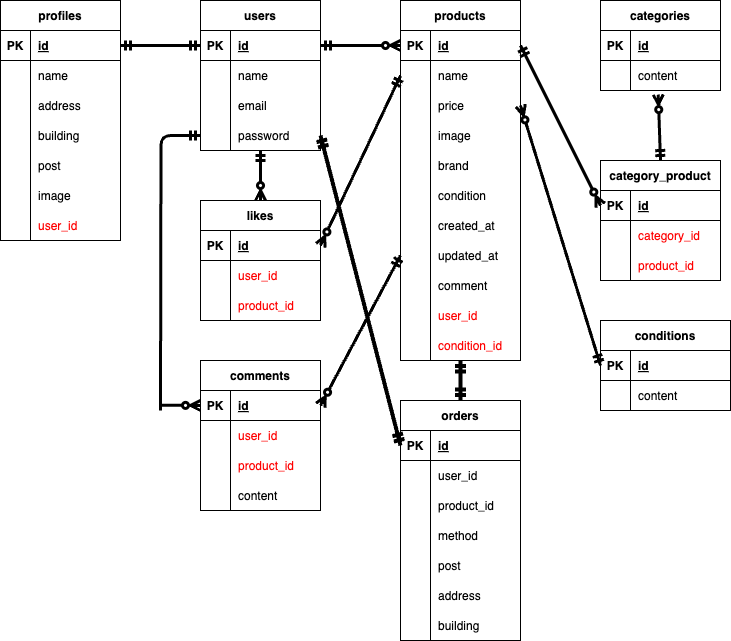
The draw.io diagram mogi.drawio.png in riku37-create/miyaharariku-mogi, before a commit. Source tidied: cells renumbered, new cells last; positions are measured from the earlier drawing's top-left corner, leaving out a move shared by most shapes.
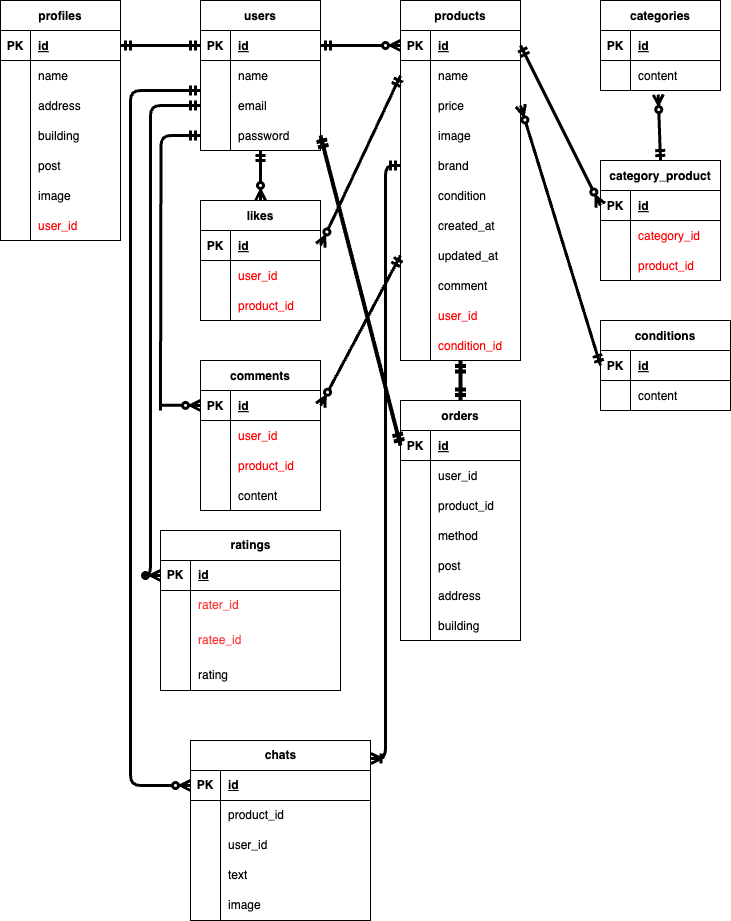
Above is the later version.

What changed in the source:
```diff
@@ -458,5 +458,112 @@
     <mxCell id="151" style="edgeStyle=none;html=1;exitX=1;exitY=0.5;exitDx=0;exitDy=0;entryX=0;entryY=0.5;entryDx=0;entryDy=0;strokeWidth=4;endArrow=ERmandOne;endFill=0;startArrow=ERmandOne;startFill=0;" parent="1" edge="1" source="75" target="130">
       <mxGeometry relative="1" as="geometry" />
     </mxCell>
+    <mxCell id="152" value="ratings" style="shape=table;startSize=30;rowLines=0;fontStyle=1;align=center;html=1;" parent="1" vertex="1">
+      <mxGeometry x="160" y="530" width="180" height="160" as="geometry" />
+    </mxCell>
+    <mxCell id="153" style="shape=tableRow;horizontal=0;startSize=0;swimlaneHead=0;swimlaneBody=0;fillColor=none;points=[[0,0.5],[1,0.5]];portConstraint=eastwest;top=0;left=0;right=0;bottom=1;" parent="152" vertex="1">
+      <mxGeometry y="30" width="180" height="30" as="geometry" />
+    </mxCell>
+    <mxCell id="154" value="PK" style="shape=partialRectangle;fillColor=none;top=0;left=0;bottom=0;right=0;fontStyle=1;overflow=hidden;whiteSpace=wrap;html=1;" parent="153" vertex="1">
+      <mxGeometry width="30" height="30" as="geometry" />
+    </mxCell>
+    <mxCell id="155" value="id" style="shape=partialRectangle;fillColor=none;top=0;left=0;bottom=0;right=0;align=left;spacingLeft=6;fontStyle=5;overflow=hidden;whiteSpace=wrap;html=1;" parent="153" vertex="1">
+      <mxGeometry x="30" width="150" height="30" as="geometry" />
+    </mxCell>
+    <mxCell id="156" style="shape=tableRow;horizontal=0;startSize=0;swimlaneHead=0;swimlaneBody=0;fillColor=none;top=0;left=0;right=0;bottom=0;" parent="152" vertex="1">
+      <mxGeometry y="60" width="180" height="30" as="geometry" />
+    </mxCell>
+    <mxCell id="157" style="shape=partialRectangle;fillColor=none;top=0;left=0;bottom=0;right=0;overflow=hidden;whiteSpace=wrap;html=1;" parent="156" vertex="1">
+      <mxGeometry width="30" height="30" as="geometry" />
+    </mxCell>
+    <mxCell id="158" value="&lt;font style=&quot;color: rgb(255, 51, 51);&quot;&gt;rater_id&lt;/font&gt;" style="shape=partialRectangle;fillColor=none;top=0;left=0;bottom=0;right=0;align=left;spacingLeft=6;overflow=hidden;whiteSpace=wrap;html=1;" parent="156" vertex="1">
+      <mxGeometry x="30" width="150" height="30" as="geometry" />
+    </mxCell>
+    <mxCell id="159" style="shape=tableRow;horizontal=0;startSize=0;swimlaneHead=0;swimlaneBody=0;fillColor=none;top=0;left=0;right=0;bottom=0;" parent="152" vertex="1">
+      <mxGeometry y="90" width="180" height="40" as="geometry" />
+    </mxCell>
+    <mxCell id="160" style="shape=partialRectangle;fillColor=none;top=0;left=0;bottom=0;right=0;overflow=hidden;whiteSpace=wrap;html=1;" parent="159" vertex="1">
+      <mxGeometry width="30" height="40" as="geometry" />
+    </mxCell>
+    <mxCell id="161" value="&lt;font style=&quot;color: rgb(255, 51, 51);&quot;&gt;ratee_id&lt;/font&gt;" style="shape=partialRectangle;fillColor=none;top=0;left=0;bottom=0;right=0;align=left;spacingLeft=6;overflow=hidden;whiteSpace=wrap;html=1;" parent="159" vertex="1">
+      <mxGeometry x="30" width="150" height="40" as="geometry" />
+    </mxCell>
+    <mxCell id="162" style="shape=tableRow;horizontal=0;startSize=0;swimlaneHead=0;swimlaneBody=0;fillColor=none;top=0;left=0;right=0;bottom=0;" parent="152" vertex="1">
+      <mxGeometry y="130" width="180" height="30" as="geometry" />
+    </mxCell>
+    <mxCell id="163" style="shape=partialRectangle;fillColor=none;top=0;left=0;bottom=0;right=0;overflow=hidden;whiteSpace=wrap;html=1;" parent="162" vertex="1">
+      <mxGeometry width="30" height="30" as="geometry" />
+    </mxCell>
+    <mxCell id="164" value="rating" style="shape=partialRectangle;fillColor=none;top=0;left=0;bottom=0;right=0;align=left;spacingLeft=6;overflow=hidden;whiteSpace=wrap;html=1;" parent="162" vertex="1">
+      <mxGeometry x="30" width="150" height="30" as="geometry" />
+    </mxCell>
+    <mxCell id="165" value="chats" style="shape=table;startSize=30;rowLines=0;fontStyle=1;align=center;html=1;" parent="1" vertex="1">
+      <mxGeometry x="190" y="740" width="180" height="180" as="geometry" />
+    </mxCell>
+    <mxCell id="166" style="shape=tableRow;horizontal=0;startSize=0;swimlaneHead=0;swimlaneBody=0;fillColor=none;points=[[0,0.5],[1,0.5]];portConstraint=eastwest;top=0;left=0;right=0;bottom=1;" parent="165" vertex="1">
+      <mxGeometry y="30" width="180" height="30" as="geometry" />
+    </mxCell>
+    <mxCell id="167" value="PK" style="shape=partialRectangle;fillColor=none;top=0;left=0;bottom=0;right=0;fontStyle=1;overflow=hidden;whiteSpace=wrap;html=1;" parent="166" vertex="1">
+      <mxGeometry width="30" height="30" as="geometry" />
+    </mxCell>
+    <mxCell id="168" value="id&lt;span style=&quot;white-space: pre;&quot;&gt;&#9;&lt;/span&gt;" style="shape=partialRectangle;fillColor=none;top=0;left=0;bottom=0;right=0;align=left;spacingLeft=6;fontStyle=5;overflow=hidden;whiteSpace=wrap;html=1;" parent="166" vertex="1">
+      <mxGeometry x="30" width="150" height="30" as="geometry" />
+    </mxCell>
+    <mxCell id="169" style="shape=tableRow;horizontal=0;startSize=0;swimlaneHead=0;swimlaneBody=0;fillColor=none;top=0;left=0;right=0;bottom=0;" parent="165" vertex="1">
+      <mxGeometry y="60" width="180" height="30" as="geometry" />
+    </mxCell>
+    <mxCell id="170" style="shape=partialRectangle;fillColor=none;top=0;left=0;bottom=0;right=0;overflow=hidden;whiteSpace=wrap;html=1;" parent="169" vertex="1">
+      <mxGeometry width="30" height="30" as="geometry" />
+    </mxCell>
+    <mxCell id="171" value="product_id" style="shape=partialRectangle;fillColor=none;top=0;left=0;bottom=0;right=0;align=left;spacingLeft=6;overflow=hidden;whiteSpace=wrap;html=1;" parent="169" vertex="1">
+      <mxGeometry x="30" width="150" height="30" as="geometry" />
+    </mxCell>
+    <mxCell id="172" style="shape=tableRow;horizontal=0;startSize=0;swimlaneHead=0;swimlaneBody=0;fillColor=none;top=0;left=0;right=0;bottom=0;" parent="165" vertex="1">
+      <mxGeometry y="90" width="180" height="30" as="geometry" />
+    </mxCell>
+    <mxCell id="173" style="shape=partialRectangle;fillColor=none;top=0;left=0;bottom=0;right=0;overflow=hidden;whiteSpace=wrap;html=1;" parent="172" vertex="1">
+      <mxGeometry width="30" height="30" as="geometry" />
+    </mxCell>
+    <mxCell id="174" value="user_id" style="shape=partialRectangle;fillColor=none;top=0;left=0;bottom=0;right=0;align=left;spacingLeft=6;overflow=hidden;whiteSpace=wrap;html=1;" parent="172" vertex="1">
+      <mxGeometry x="30" width="150" height="30" as="geometry" />
+    </mxCell>
+    <mxCell id="175" style="shape=tableRow;horizontal=0;startSize=0;swimlaneHead=0;swimlaneBody=0;fillColor=none;top=0;left=0;right=0;bottom=0;" parent="165" vertex="1">
+      <mxGeometry y="120" width="180" height="30" as="geometry" />
+    </mxCell>
+    <mxCell id="176" style="shape=partialRectangle;fillColor=none;top=0;left=0;bottom=0;right=0;overflow=hidden;whiteSpace=wrap;html=1;" parent="175" vertex="1">
+      <mxGeometry width="30" height="30" as="geometry" />
+    </mxCell>
+    <mxCell id="177" value="text" style="shape=partialRectangle;fillColor=none;top=0;left=0;bottom=0;right=0;align=left;spacingLeft=6;overflow=hidden;whiteSpace=wrap;html=1;" parent="175" vertex="1">
+      <mxGeometry x="30" width="150" height="30" as="geometry" />
+    </mxCell>
+    <mxCell id="178" style="shape=tableRow;horizontal=0;startSize=0;swimlaneHead=0;swimlaneBody=0;fillColor=none;top=0;left=0;right=0;bottom=0;" parent="165" vertex="1">
+      <mxGeometry y="150" width="180" height="30" as="geometry" />
+    </mxCell>
+    <mxCell id="179" style="shape=partialRectangle;fillColor=none;top=0;left=0;bottom=0;right=0;overflow=hidden;whiteSpace=wrap;html=1;" parent="178" vertex="1">
+      <mxGeometry width="30" height="30" as="geometry" />
+    </mxCell>
+    <mxCell id="180" value="image" style="shape=partialRectangle;fillColor=none;top=0;left=0;bottom=0;right=0;align=left;spacingLeft=6;overflow=hidden;whiteSpace=wrap;html=1;" parent="178" vertex="1">
+      <mxGeometry x="30" width="150" height="30" as="geometry" />
+    </mxCell>
+    <mxCell id="181" style="edgeStyle=none;html=1;exitX=0;exitY=0.5;exitDx=0;exitDy=0;" parent="1" edge="1" source="69">
+      <mxGeometry relative="1" as="geometry">
+        <mxPoint x="200" y="75" as="targetPoint" />
+      </mxGeometry>
+    </mxCell>
+    <mxCell id="182" style="edgeStyle=elbowEdgeStyle;html=1;strokeWidth=3;startArrow=ERmandOne;startFill=0;endArrow=ERzeroToMany;endFill=0;entryX=0;entryY=0.5;entryDx=0;entryDy=0;" parent="1" edge="1" target="166">
+      <mxGeometry relative="1" as="geometry">
+        <mxPoint x="200" y="90" as="sourcePoint" />
+        <Array as="points">
+          <mxPoint x="130" y="440" />
+          <mxPoint x="120" y="750" />
+        </Array>
+      </mxGeometry>
+    </mxCell>
+    <mxCell id="183" style="edgeStyle=orthogonalEdgeStyle;html=1;exitX=0;exitY=0.5;exitDx=0;exitDy=0;entryX=1.003;entryY=0.1;entryDx=0;entryDy=0;entryPerimeter=0;strokeWidth=3;startArrow=ERmandOne;startFill=0;endArrow=ERoneToMany;endFill=0;" parent="1" edge="1" source="15" target="165">
+      <mxGeometry relative="1" as="geometry" />
+    </mxCell>
+    <mxCell id="184" style="edgeStyle=orthogonalEdgeStyle;html=1;exitX=0;exitY=0.5;exitDx=0;exitDy=0;strokeWidth=3;entryX=0;entryY=0.5;entryDx=0;entryDy=0;startArrow=ERmandOne;startFill=0;endArrow=ERzeroToMany;endFill=0;" parent="1" edge="1" source="72" target="153">
+      <mxGeometry relative="1" as="geometry" />
+    </mxCell>
   </root>
 </mxGraphModel>
```
